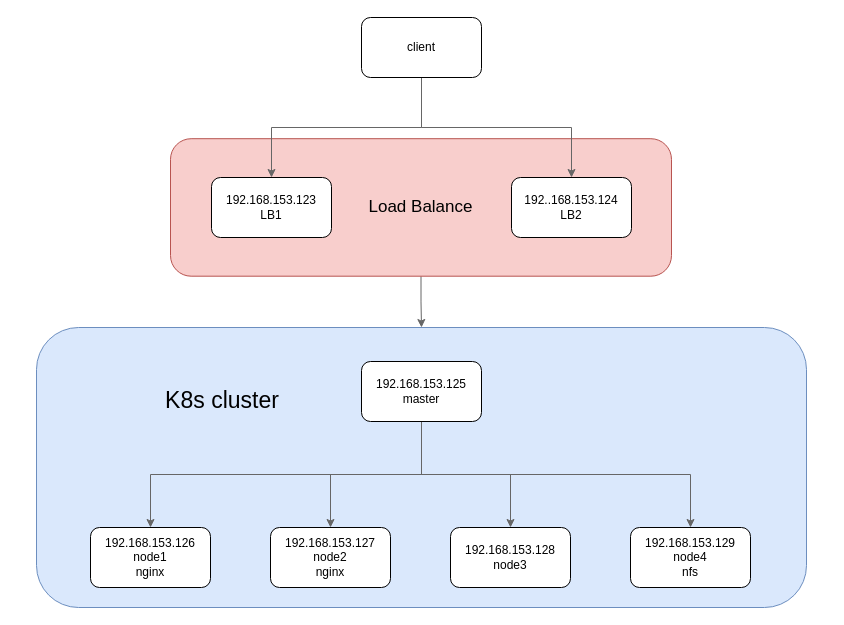
Before: k8s+nginx+keepalived.drawio in wupei-w/diagrams, a draw.io diagram. Source tidied: cells renumbered, new cells numbered last; positions are measured from the earlier drawing's top-left corner, leaving out a move shared by most shapes. Both pictures are drawn from the tidied source at 100%, with x=0, y=0 at pixel (36, 17).
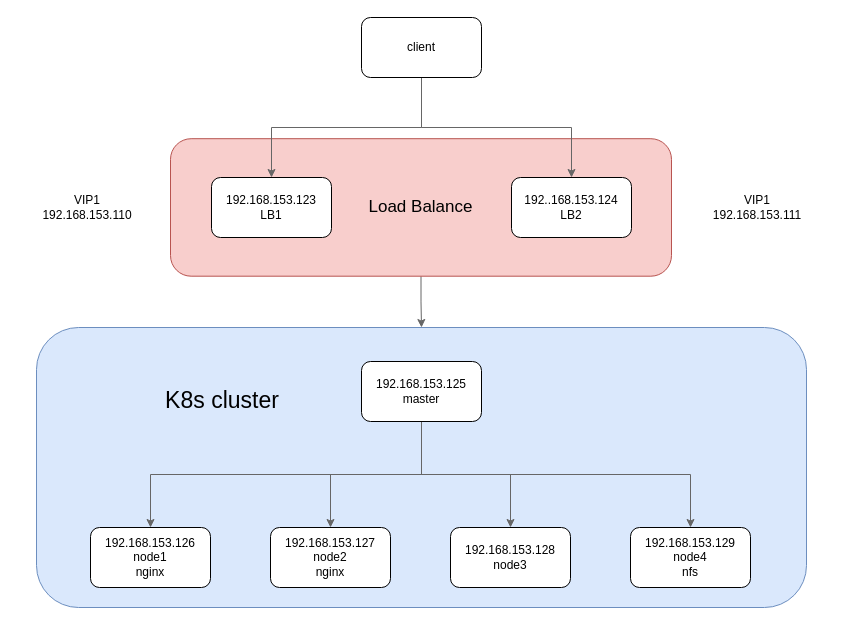
The same page after the edit.

Diff of the diagram source:
```diff
@@
+    <mxCell id="20" value="VIP1&lt;br&gt;192.168.153.110" style="text;html=1;strokeColor=none;fillColor=none;align=center;verticalAlign=middle;whiteSpace=wrap;rounded=0;" parent="1" vertex="1">
+      <mxGeometry x="-19" y="170" width="140" height="40" as="geometry" />
+    </mxCell>
+    <mxCell id="21" value="VIP1&lt;br&gt;192.168.153.111" style="text;html=1;strokeColor=none;fillColor=none;align=center;verticalAlign=middle;whiteSpace=wrap;rounded=0;" parent="1" vertex="1">
+      <mxGeometry x="651" y="170" width="140" height="40" as="geometry" />
+    </mxCell>
```
